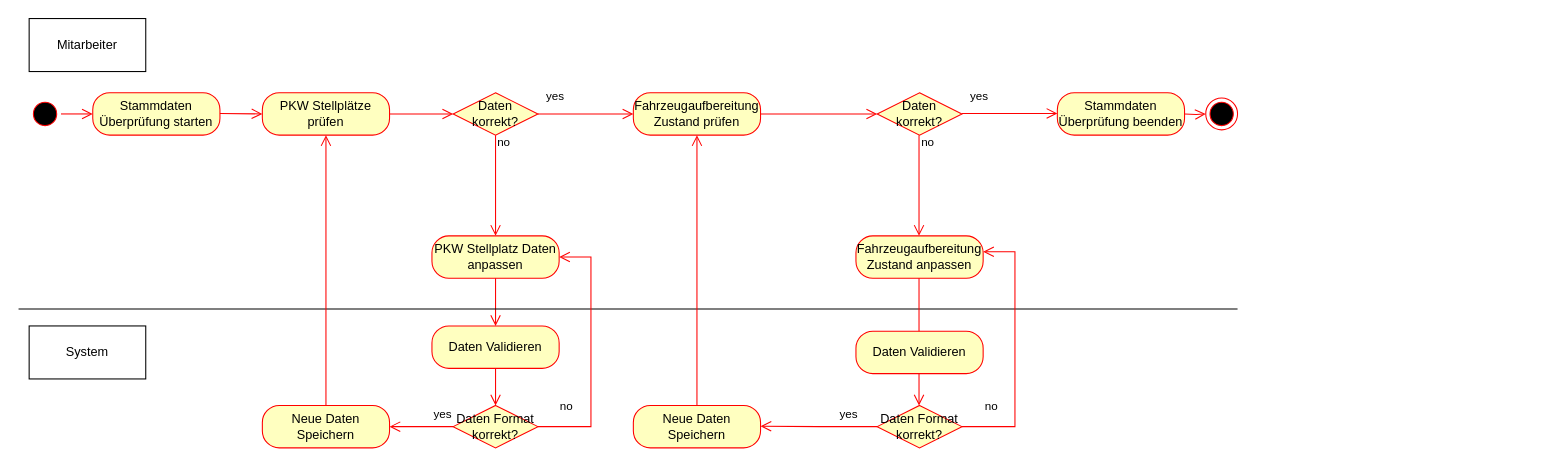
Earlier version of the draw.io diagram E1 - Jan/E1 - Aktivitätsdiagramm.drawio (JanUwU42/SoftwareEngineeringProjektarbeit). Source tidied: cells renumbered, new cells numbered last; positions are measured from the earlier drawing's top-left corner, leaving out a move shared by most shapes. Both pictures are drawn from the tidied source at 106%, with x=0, y=0 at pixel (18, 18).
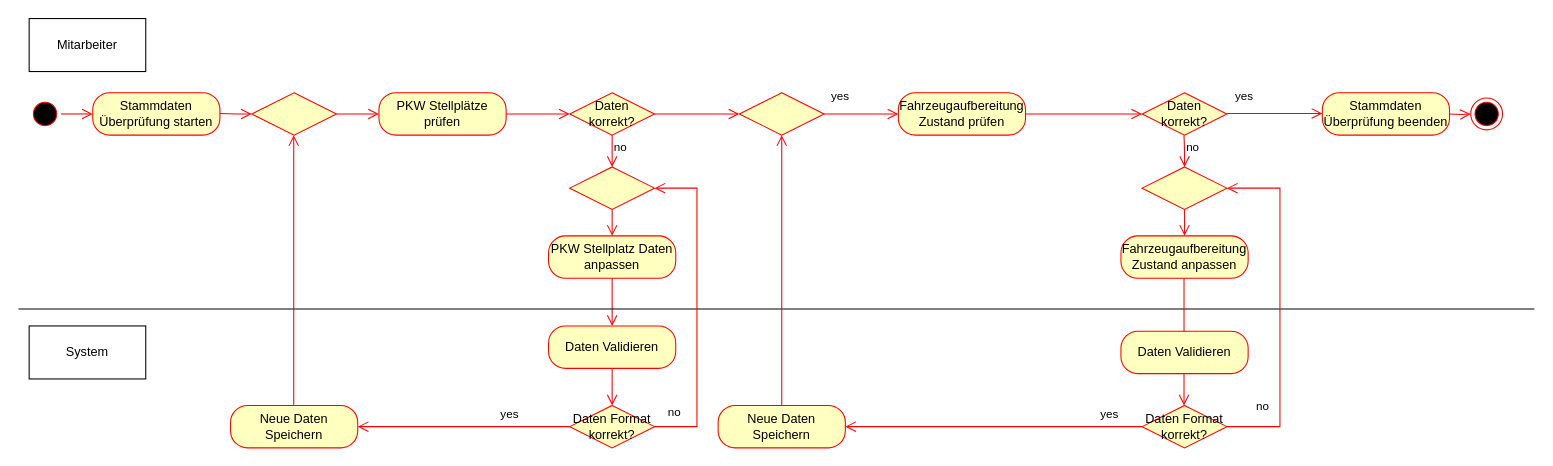
Above is the later version.

The edit, as a diff of the source:
```diff
@@
     <mxCell id="4" value="PKW Stellplätze prüfen" style="rounded=1;whiteSpace=wrap;html=1;arcSize=40;fontColor=#000000;fillColor=#ffffc0;strokeColor=#ff0000;" parent="1" vertex="1">
-      <mxGeometry x="230" y="70" width="120" height="40" as="geometry" />
+      <mxGeometry x="340" y="70" width="120" height="40" as="geometry" />
     </mxCell>
@@
     <mxCell id="6" style="ellipse;html=1;shape=endState;fillColor=#000000;strokeColor=#ff0000;" parent="1" vertex="1">
-      <mxGeometry x="1120" y="75" width="30" height="30" as="geometry" />
+      <mxGeometry x="1370" y="75" width="30" height="30" as="geometry" />
     </mxCell>
     <mxCell id="7" style="edgeStyle=orthogonalEdgeStyle;html=1;align=left;verticalAlign=bottom;endArrow=open;endSize=8;strokeColor=#ff0000;rounded=0;entryX=0;entryY=0.5;entryDx=0;entryDy=0;" parent="1" edge="1" target="6">
       <mxGeometry x="-1" relative="1" as="geometry">
-        <mxPoint x="1100" y="90" as="sourcePoint" />
+        <mxPoint x="1350" y="90" as="sourcePoint" />
       </mxGeometry>
     </mxCell>
     <mxCell id="8" value="Daten korrekt?" style="rhombus;whiteSpace=wrap;html=1;fontColor=#000000;fillColor=#ffffc0;strokeColor=#ff0000;" parent="1" vertex="1">
-      <mxGeometry x="410" y="70" width="80" height="40" as="geometry" />
+      <mxGeometry x="520" y="70" width="80" height="40" as="geometry" />
     </mxCell>
-    <mxCell id="9" value="no" style="edgeStyle=orthogonalEdgeStyle;html=1;align=left;verticalAlign=bottom;endArrow=open;endSize=8;strokeColor=#ff0000;rounded=0;entryX=0.5;entryY=0;entryDx=0;entryDy=0;exitX=0.5;exitY=1;exitDx=0;exitDy=0;" parent="1" edge="1" source="8" target="11">
-      <mxGeometry x="-0.67" relative="1" as="geometry" />
+    <mxCell id="9" value="no" style="edgeStyle=orthogonalEdgeStyle;html=1;align=left;verticalAlign=bottom;endArrow=open;endSize=8;strokeColor=#ff0000;rounded=0;entryX=0.5;entryY=0;entryDx=0;entryDy=0;exitX=0.5;exitY=1;exitDx=0;exitDy=0;" parent="1" edge="1" source="8" target="39">
+      <mxGeometry x="0.33" relative="1" as="geometry" />
     </mxCell>
-    <mxCell id="10" value="yes" style="edgeStyle=orthogonalEdgeStyle;html=1;align=left;verticalAlign=top;endArrow=open;endSize=8;strokeColor=#ff0000;rounded=0;exitX=1;exitY=0.5;exitDx=0;exitDy=0;entryX=0;entryY=0.5;entryDx=0;entryDy=0;" parent="1" edge="1" source="8" target="17">
+    <mxCell id="10" value="yes" style="edgeStyle=orthogonalEdgeStyle;html=1;align=left;verticalAlign=top;endArrow=open;endSize=8;strokeColor=#ff0000;rounded=0;exitX=1;exitY=0.5;exitDx=0;exitDy=0;entryX=0;entryY=0.5;entryDx=0;entryDy=0;" parent="1" edge="1" source="46" target="17">
       <mxGeometry x="-0.86" y="30" relative="1" as="geometry" />
     </mxCell>
     <mxCell id="11" value="PKW Stellplatz Daten anpassen" style="rounded=1;whiteSpace=wrap;html=1;arcSize=40;fontColor=#000000;fillColor=#ffffc0;strokeColor=#ff0000;" parent="1" vertex="1">
-      <mxGeometry x="390" y="205" width="120" height="40" as="geometry" />
+      <mxGeometry x="500" y="205" width="120" height="40" as="geometry" />
     </mxCell>
@@
     <mxCell id="15" style="line;strokeWidth=1;fillColor=none;align=left;verticalAlign=middle;spacingTop=-1;spacingLeft=3;spacingRight=3;labelPosition=right;strokeColor=inherit;" parent="1" vertex="1">
-      <mxGeometry y="270" width="1150" height="8" as="geometry" />
+      <mxGeometry y="270" width="1430" height="8" as="geometry" />
     </mxCell>
     <mxCell id="16" value="Neue Daten Speichern" style="rounded=1;whiteSpace=wrap;html=1;arcSize=40;fontColor=#000000;fillColor=#ffffc0;strokeColor=#ff0000;" parent="1" vertex="1">
-      <mxGeometry x="230" y="365" width="120" height="40" as="geometry" />
+      <mxGeometry x="200" y="365" width="120" height="40" as="geometry" />
     </mxCell>
     <mxCell id="17" value="Fahrzeugaufbereitung Zustand prüfen" style="rounded=1;whiteSpace=wrap;html=1;arcSize=40;fontColor=#000000;fillColor=#ffffc0;strokeColor=#ff0000;" parent="1" vertex="1">
-      <mxGeometry x="580" y="70" width="120" height="40" as="geometry" />
+      <mxGeometry x="830" y="70" width="120" height="40" as="geometry" />
     </mxCell>
     <mxCell id="18" style="edgeStyle=orthogonalEdgeStyle;html=1;verticalAlign=bottom;endArrow=open;endSize=8;strokeColor=#ff0000;rounded=0;exitX=1;exitY=0.5;exitDx=0;exitDy=0;" parent="1" edge="1" source="17">
       <mxGeometry relative="1" as="geometry">
-        <mxPoint x="810" y="90" as="targetPoint" />
+        <mxPoint x="1060" y="90" as="targetPoint" />
         <Array as="points">
-          <mxPoint x="780" y="90" />
-          <mxPoint x="780" y="90" />
+          <mxPoint x="1030" y="90" />
+          <mxPoint x="1030" y="90" />
         </Array>
       </mxGeometry>
     </mxCell>
@@
-    <mxCell id="20" style="edgeStyle=orthogonalEdgeStyle;html=1;verticalAlign=bottom;endArrow=open;endSize=8;strokeColor=#ff0000;rounded=0;entryX=0;entryY=0.5;entryDx=0;entryDy=0;" parent="1" edge="1" target="4">
-      <mxGeometry relative="1" as="geometry">
-        <mxPoint x="190" y="89.5" as="sourcePoint" />
-      </mxGeometry>
+    <mxCell id="20" style="edgeStyle=orthogonalEdgeStyle;html=1;verticalAlign=bottom;endArrow=open;endSize=8;strokeColor=#ff0000;rounded=0;entryX=0;entryY=0.5;entryDx=0;entryDy=0;exitX=1;exitY=0.5;exitDx=0;exitDy=0;" parent="1" edge="1" source="43" target="4">
+      <mxGeometry relative="1" as="geometry" />
     </mxCell>
     <mxCell id="21" value="Daten korrekt?" style="rhombus;whiteSpace=wrap;html=1;fontColor=#000000;fillColor=#ffffc0;strokeColor=#ff0000;" parent="1" vertex="1">
-      <mxGeometry x="810" y="70" width="80" height="40" as="geometry" />
+      <mxGeometry x="1060" y="70" width="80" height="40" as="geometry" />
     </mxCell>
     <mxCell id="22" value="yes" style="edgeStyle=orthogonalEdgeStyle;html=1;align=left;verticalAlign=top;endArrow=open;endSize=8;strokeColor=#ff0000;rounded=0;exitX=1;exitY=0.5;exitDx=0;exitDy=0;entryX=0;entryY=0.5;entryDx=0;entryDy=0;" parent="1" edge="1">
       <mxGeometry x="-0.86" y="30" relative="1" as="geometry">
-        <mxPoint x="890" y="89.5" as="sourcePoint" />
-        <mxPoint x="980" y="89.5" as="targetPoint" />
+        <mxPoint x="1140" y="89.5" as="sourcePoint" />
+        <mxPoint x="1230" y="89.5" as="targetPoint" />
       </mxGeometry>
     </mxCell>
-    <mxCell id="23" value="no" style="edgeStyle=orthogonalEdgeStyle;html=1;align=left;verticalAlign=bottom;endArrow=open;endSize=8;strokeColor=#ff0000;rounded=0;entryX=0.5;entryY=0;entryDx=0;entryDy=0;exitX=0.5;exitY=1;exitDx=0;exitDy=0;" parent="1" edge="1">
-      <mxGeometry x="-0.67" relative="1" as="geometry">
-        <mxPoint x="849.5" y="110" as="sourcePoint" />
-        <mxPoint x="849.5" y="205" as="targetPoint" />
+    <mxCell id="23" value="no" style="edgeStyle=orthogonalEdgeStyle;html=1;align=left;verticalAlign=bottom;endArrow=open;endSize=8;strokeColor=#ff0000;rounded=0;exitX=0.5;exitY=1;exitDx=0;exitDy=0;" parent="1" edge="1">
+      <mxGeometry x="0.35" relative="1" as="geometry">
+        <mxPoint x="1099.5" y="110" as="sourcePoint" />
+        <mxPoint x="1100" y="140" as="targetPoint" />
       </mxGeometry>
     </mxCell>
     <mxCell id="24" value="Fahrzeugaufbereitung Zustand anpassen" style="rounded=1;whiteSpace=wrap;html=1;arcSize=40;fontColor=#000000;fillColor=#ffffc0;strokeColor=#ff0000;" parent="1" vertex="1">
-      <mxGeometry x="790" y="205" width="120" height="40" as="geometry" />
+      <mxGeometry x="1040" y="205" width="120" height="40" as="geometry" />
     </mxCell>
     <mxCell id="25" style="edgeStyle=orthogonalEdgeStyle;html=1;verticalAlign=bottom;endArrow=open;endSize=8;strokeColor=#ff0000;rounded=0;exitX=0.5;exitY=1;exitDx=0;exitDy=0;entryX=0.5;entryY=0;entryDx=0;entryDy=0;" parent="1" edge="1">
       <mxGeometry relative="1" as="geometry">
-        <mxPoint x="849.5" y="245" as="sourcePoint" />
-        <mxPoint x="849.5" y="365" as="targetPoint" />
+        <mxPoint x="1099.5" y="245" as="sourcePoint" />
+        <mxPoint x="1099.5" y="365" as="targetPoint" />
       </mxGeometry>
     </mxCell>
     <mxCell id="26" value="Daten Validieren" style="rounded=1;whiteSpace=wrap;html=1;arcSize=40;fontColor=#000000;fillColor=#ffffc0;strokeColor=#ff0000;" parent="1" vertex="1">
-      <mxGeometry x="790" y="295" width="120" height="40" as="geometry" />
+      <mxGeometry x="1040" y="295" width="120" height="40" as="geometry" />
     </mxCell>
     <mxCell id="27" value="Neue Daten Speichern" style="rounded=1;whiteSpace=wrap;html=1;arcSize=40;fontColor=#000000;fillColor=#ffffc0;strokeColor=#ff0000;" parent="1" vertex="1">
-      <mxGeometry x="580" y="365" width="120" height="40" as="geometry" />
+      <mxGeometry x="660" y="365" width="120" height="40" as="geometry" />
     </mxCell>
-    <mxCell id="28" style="edgeStyle=orthogonalEdgeStyle;html=1;verticalAlign=bottom;endArrow=open;endSize=8;strokeColor=#ff0000;rounded=0;exitX=0.5;exitY=0;exitDx=0;exitDy=0;entryX=0.5;entryY=1;entryDx=0;entryDy=0;" parent="1" edge="1" source="27" target="17">
+    <mxCell id="28" style="edgeStyle=orthogonalEdgeStyle;html=1;verticalAlign=bottom;endArrow=open;endSize=8;strokeColor=#ff0000;rounded=0;exitX=0.5;exitY=0;exitDx=0;exitDy=0;entryX=0.5;entryY=1;entryDx=0;entryDy=0;" parent="1" edge="1" source="27" target="46">
       <mxGeometry relative="1" as="geometry" />
     </mxCell>
     <mxCell id="29" value="Daten Validieren" style="rounded=1;whiteSpace=wrap;html=1;arcSize=40;fontColor=#000000;fillColor=#ffffc0;strokeColor=#ff0000;" parent="1" vertex="1">
-      <mxGeometry x="390" y="290" width="120" height="40" as="geometry" />
+      <mxGeometry x="500" y="290" width="120" height="40" as="geometry" />
     </mxCell>
-    <mxCell id="30" style="edgeStyle=orthogonalEdgeStyle;html=1;verticalAlign=bottom;endArrow=open;endSize=8;strokeColor=#ff0000;rounded=0;exitX=0.5;exitY=0;exitDx=0;exitDy=0;entryX=0.5;entryY=1;entryDx=0;entryDy=0;" parent="1" edge="1" source="16" target="4">
-      <mxGeometry relative="1" as="geometry" />
+    <mxCell id="30" style="edgeStyle=orthogonalEdgeStyle;html=1;verticalAlign=bottom;endArrow=open;endSize=8;strokeColor=#ff0000;rounded=0;exitX=0.5;exitY=0;exitDx=0;exitDy=0;entryX=0.5;entryY=1;entryDx=0;entryDy=0;" parent="1" edge="1">
+      <mxGeometry relative="1" as="geometry">
+        <mxPoint x="259.6" y="365" as="sourcePoint" />
+        <mxPoint x="259.6" y="110" as="targetPoint" />
+      </mxGeometry>
     </mxCell>
@@
     <mxCell id="32" value="Daten Format korrekt?" style="rhombus;whiteSpace=wrap;html=1;fontColor=#000000;fillColor=#ffffc0;strokeColor=#ff0000;" parent="1" vertex="1">
-      <mxGeometry x="410" y="365" width="80" height="40" as="geometry" />
+      <mxGeometry x="520" y="365" width="80" height="40" as="geometry" />
     </mxCell>
-    <mxCell id="33" value="no" style="edgeStyle=orthogonalEdgeStyle;html=1;align=left;verticalAlign=bottom;endArrow=open;endSize=8;strokeColor=#ff0000;rounded=0;entryX=1;entryY=0.5;entryDx=0;entryDy=0;exitX=1;exitY=0.5;exitDx=0;exitDy=0;" parent="1" edge="1" source="32" target="11">
-      <mxGeometry x="-0.84" y="10" relative="1" as="geometry">
+    <mxCell id="33" value="no" style="edgeStyle=orthogonalEdgeStyle;html=1;align=left;verticalAlign=bottom;endArrow=open;endSize=8;strokeColor=#ff0000;rounded=0;entryX=1;entryY=0.5;entryDx=0;entryDy=0;exitX=1;exitY=0.5;exitDx=0;exitDy=0;" parent="1" edge="1" source="32" target="39">
+      <mxGeometry x="-0.93" y="5" relative="1" as="geometry">
         <Array as="points">
-          <mxPoint x="540" y="385" />
-          <mxPoint x="540" y="225" />
+          <mxPoint x="640" y="385" />
+          <mxPoint x="640" y="160" />
         </Array>
       </mxGeometry>
     </mxCell>
@@
     <mxCell id="35" value="Daten Format korrekt?" style="rhombus;whiteSpace=wrap;html=1;fontColor=#000000;fillColor=#ffffc0;strokeColor=#ff0000;" parent="1" vertex="1">
-      <mxGeometry x="810" y="365" width="80" height="40" as="geometry" />
+      <mxGeometry x="1060" y="365" width="80" height="40" as="geometry" />
     </mxCell>
-    <mxCell id="36" value="yes" style="edgeStyle=orthogonalEdgeStyle;html=1;align=left;verticalAlign=top;endArrow=open;endSize=8;strokeColor=#ff0000;rounded=0;entryX=1;entryY=0.5;entryDx=0;entryDy=0;exitX=0;exitY=0.5;exitDx=0;exitDy=0;" parent="1" edge="1" source="35">
-      <mxGeometry x="-0.33" y="-25" relative="1" as="geometry">
-        <mxPoint x="700" y="384.6" as="targetPoint" />
-      </mxGeometry>
+    <mxCell id="36" value="yes" style="edgeStyle=orthogonalEdgeStyle;html=1;align=left;verticalAlign=top;endArrow=open;endSize=8;strokeColor=#ff0000;rounded=0;entryX=1;entryY=0.5;entryDx=0;entryDy=0;exitX=0;exitY=0.5;exitDx=0;exitDy=0;" parent="1" edge="1" source="35" target="27">
+      <mxGeometry x="-0.71" y="-25" relative="1" as="geometry" />
     </mxCell>
-    <mxCell id="37" value="no" style="edgeStyle=orthogonalEdgeStyle;html=1;align=left;verticalAlign=bottom;endArrow=open;endSize=8;strokeColor=#ff0000;rounded=0;entryX=1;entryY=0.5;entryDx=0;entryDy=0;exitX=1;exitY=0.5;exitDx=0;exitDy=0;" parent="1" edge="1" source="35">
+    <mxCell id="37" value="no" style="edgeStyle=orthogonalEdgeStyle;html=1;align=left;verticalAlign=bottom;endArrow=open;endSize=8;strokeColor=#ff0000;rounded=0;entryX=1;entryY=0.5;entryDx=0;entryDy=0;exitX=1;exitY=0.5;exitDx=0;exitDy=0;" parent="1" edge="1" source="35" target="41">
       <mxGeometry x="-0.84" y="10" relative="1" as="geometry">
-        <mxPoint x="910" y="220" as="targetPoint" />
         <Array as="points">
-          <mxPoint x="940" y="385" />
-          <mxPoint x="940" y="220" />
+          <mxPoint x="1190" y="385" />
+          <mxPoint x="1190" y="160" />
         </Array>
       </mxGeometry>
     </mxCell>
     <mxCell id="38" value="Stammdaten Überprüfung beenden" style="rounded=1;whiteSpace=wrap;html=1;arcSize=40;fontColor=#000000;fillColor=#ffffc0;strokeColor=#ff0000;" parent="1" vertex="1">
-      <mxGeometry x="980" y="70" width="120" height="40" as="geometry" />
+      <mxGeometry x="1230" y="70" width="120" height="40" as="geometry" />
     </mxCell>
+    <mxCell id="39" style="rhombus;whiteSpace=wrap;html=1;fontColor=#000000;fillColor=#ffffc0;strokeColor=#ff0000;" parent="1" vertex="1">
+      <mxGeometry x="520" y="140" width="80" height="40" as="geometry" />
+    </mxCell>
+    <mxCell id="40" style="edgeStyle=orthogonalEdgeStyle;html=1;verticalAlign=bottom;endArrow=open;endSize=8;strokeColor=#ff0000;rounded=0;exitX=0.5;exitY=1;exitDx=0;exitDy=0;entryX=0.5;entryY=0;entryDx=0;entryDy=0;" parent="1" edge="1" source="39" target="11">
+      <mxGeometry relative="1" as="geometry" />
+    </mxCell>
+    <mxCell id="41" style="rhombus;whiteSpace=wrap;html=1;fontColor=#000000;fillColor=#ffffc0;strokeColor=#ff0000;" parent="1" vertex="1">
+      <mxGeometry x="1060" y="140" width="80" height="40" as="geometry" />
+    </mxCell>
+    <mxCell id="42" style="edgeStyle=orthogonalEdgeStyle;html=1;verticalAlign=bottom;endArrow=open;endSize=8;strokeColor=#ff0000;rounded=0;exitX=0.5;exitY=1;exitDx=0;exitDy=0;entryX=0.5;entryY=0;entryDx=0;entryDy=0;" parent="1" edge="1" source="41" target="24">
+      <mxGeometry relative="1" as="geometry" />
+    </mxCell>
+    <mxCell id="43" style="rhombus;whiteSpace=wrap;html=1;fontColor=#000000;fillColor=#ffffc0;strokeColor=#ff0000;" parent="1" vertex="1">
+      <mxGeometry x="220" y="70" width="80" height="40" as="geometry" />
+    </mxCell>
+    <mxCell id="44" style="edgeStyle=orthogonalEdgeStyle;html=1;verticalAlign=bottom;endArrow=open;endSize=8;strokeColor=#ff0000;rounded=0;exitX=1;exitY=0.5;exitDx=0;exitDy=0;" parent="1" edge="1">
+      <mxGeometry relative="1" as="geometry">
+        <mxPoint x="190" y="89.6" as="sourcePoint" />
+        <mxPoint x="220" y="90" as="targetPoint" />
+      </mxGeometry>
+    </mxCell>
+    <mxCell id="45" style="edgeStyle=orthogonalEdgeStyle;html=1;align=left;verticalAlign=top;endArrow=open;endSize=8;strokeColor=#ff0000;rounded=0;exitX=1;exitY=0.5;exitDx=0;exitDy=0;entryX=0;entryY=0.5;entryDx=0;entryDy=0;" parent="1" edge="1" source="8" target="46">
+      <mxGeometry x="-0.86" y="30" relative="1" as="geometry" />
+    </mxCell>
+    <mxCell id="46" style="rhombus;whiteSpace=wrap;html=1;fontColor=#000000;fillColor=#ffffc0;strokeColor=#ff0000;" parent="1" vertex="1">
+      <mxGeometry x="680" y="70" width="80" height="40" as="geometry" />
+    </mxCell>
```
